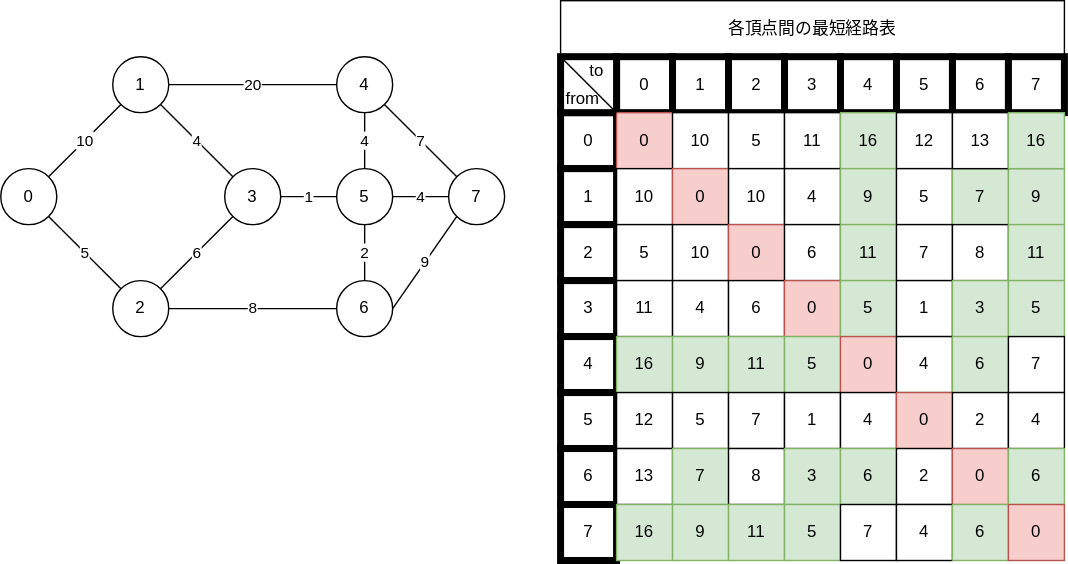
Earlier version of the draw.io export static/img/svg/Algorithm/warshall-floyd/warshall-floyd-9.drawio.svg (koseki2580/study-docs). Source tidied: cells renumbered, new cells last; positions are measured from the earlier drawing's top-left corner, leaving out a move shared by most shapes.
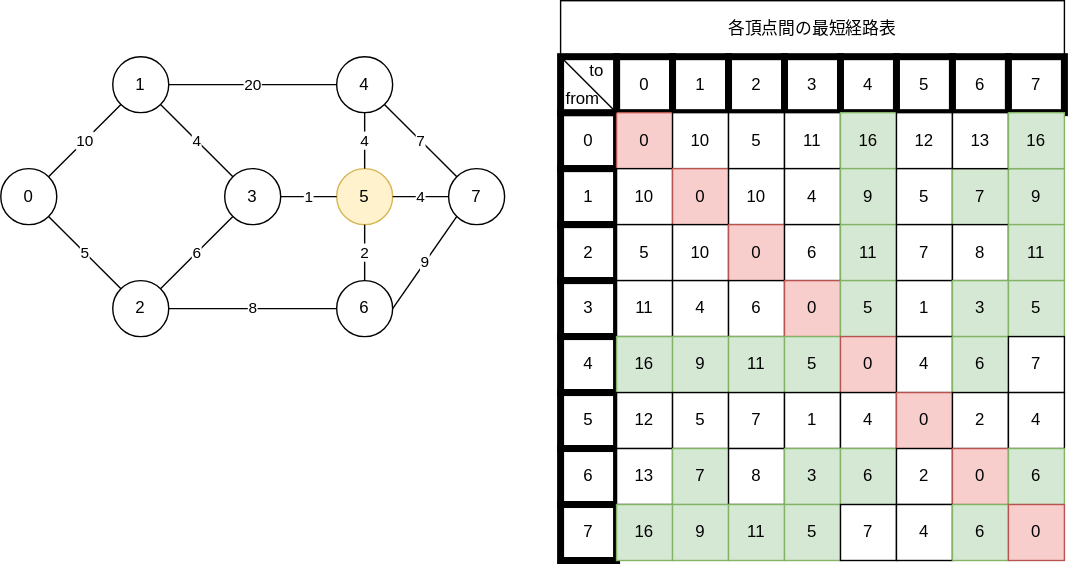
After the commit.

Change to the diagram source:
```diff
@@ -17,7 +17,7 @@
     <mxCell id="6" value="6" style="ellipse;whiteSpace=wrap;html=1;" parent="1" vertex="1">
       <mxGeometry x="240" y="200" width="40" height="40" as="geometry" />
     </mxCell>
-    <mxCell id="7" value="5" style="ellipse;whiteSpace=wrap;html=1;" parent="1" vertex="1">
+    <mxCell id="7" value="5" style="ellipse;whiteSpace=wrap;html=1;fillColor=#fff2cc;strokeColor=#d6b656;" parent="1" vertex="1">
       <mxGeometry x="240" y="120" width="40" height="40" as="geometry" />
     </mxCell>
     <mxCell id="8" value="4" style="ellipse;whiteSpace=wrap;html=1;" parent="1" vertex="1">
```
